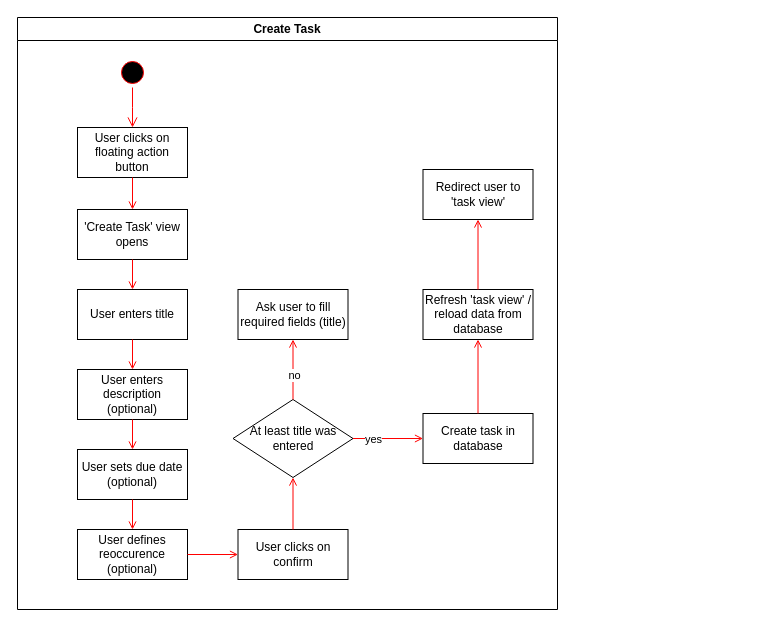
Before: diagrams/working/se_activity_diagram_create-task.drawio in TuDU-SE/documentation, a draw.io diagram. Source tidied: cells renumbered, new cells numbered last; positions are measured from the earlier drawing's top-left corner, leaving out a move shared by most shapes. Both pictures are drawn from the tidied source at 100%, with x=0, y=0 at pixel (17, 17).
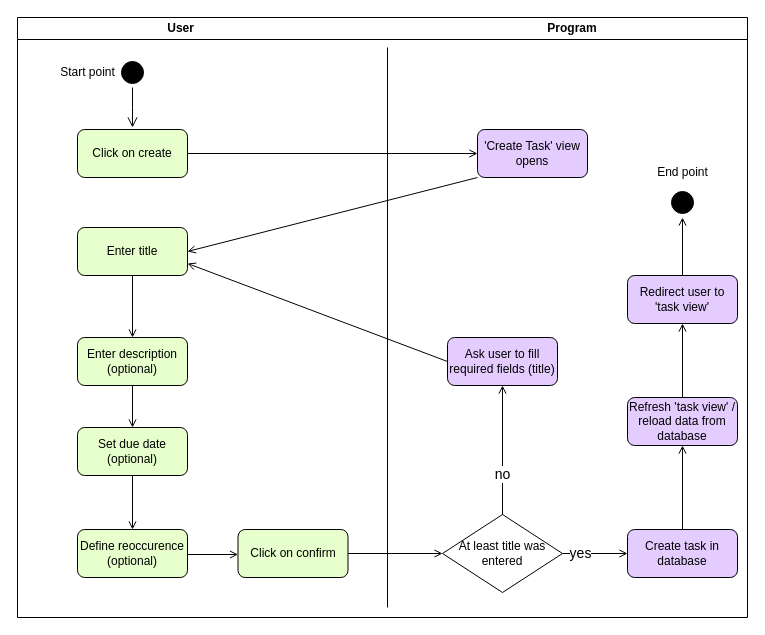
Above is the later version.

The edit, as a diff of the source:
```diff
@@
-    <mxCell id="2" value="Create Task" style="swimlane;whiteSpace=wrap;" parent="1" vertex="1">
-      <mxGeometry width="540" height="592" as="geometry" />
+    <mxCell id="2" value="User                                                                                                          Program" style="swimlane;whiteSpace=wrap;startSize=22;" parent="1" vertex="1">
+      <mxGeometry width="730" height="600" as="geometry" />
     </mxCell>
-    <mxCell id="3" style="ellipse;shape=startState;fillColor=#000000;strokeColor=#ff0000;" parent="2" vertex="1">
+    <mxCell id="3" style="ellipse;shape=startState;fillColor=#000000;strokeColor=#000000;" parent="2" vertex="1">
       <mxGeometry x="100" y="40" width="30" height="30" as="geometry" />
     </mxCell>
-    <mxCell id="4" style="edgeStyle=elbowEdgeStyle;elbow=horizontal;verticalAlign=bottom;endArrow=open;endSize=8;strokeColor=#FF0000;endFill=1;rounded=0;" parent="2" edge="1" source="3" target="5">
-      <mxGeometry x="100" y="40" as="geometry" />
+    <mxCell id="4" style="edgeStyle=elbowEdgeStyle;elbow=horizontal;verticalAlign=bottom;endArrow=open;endSize=8;strokeColor=#000000;endFill=1;rounded=0;" parent="2" edge="1" source="3">
+      <mxGeometry x="100" y="40" as="geometry">
+        <mxPoint x="115" y="110" as="targetPoint" />
+      </mxGeometry>
     </mxCell>
-    <mxCell id="5" value="User clicks on floating action button" style="whiteSpace=wrap;" parent="2" vertex="1">
-      <mxGeometry x="60" y="110" width="110" height="50" as="geometry" />
-    </mxCell>
-    <mxCell id="6" value="'Create Task' view opens" style="whiteSpace=wrap;" parent="2" vertex="1">
-      <mxGeometry x="60" y="192" width="110" height="50" as="geometry" />
-    </mxCell>
-    <mxCell id="7" style="endArrow=open;strokeColor=#FF0000;endFill=1;rounded=0;" parent="2" edge="1" source="5" target="6">
+    <mxCell id="7" style="endArrow=open;strokeColor=#000000;endFill=1;rounded=0;exitX=1;exitY=0.5;exitDx=0;exitDy=0;entryX=0;entryY=0.5;entryDx=0;entryDy=0;" parent="2" edge="1" source="30" target="6">
       <mxGeometry relative="1" as="geometry" />
     </mxCell>
-    <mxCell id="8" value="User enters title" style="whiteSpace=wrap;" parent="2" vertex="1">
-      <mxGeometry x="60" y="272" width="110" height="50" as="geometry" />
-    </mxCell>
-    <mxCell id="9" style="endArrow=open;strokeColor=#FF0000;endFill=1;rounded=0;" parent="2" edge="1" source="6" target="8">
-      <mxGeometry relative="1" as="geometry" />
-    </mxCell>
-    <mxCell id="10" value="User enters description (optional)" style="whiteSpace=wrap;" parent="2" vertex="1">
-      <mxGeometry x="60" y="352" width="110" height="50" as="geometry" />
-    </mxCell>
-    <mxCell id="11" value="User sets due date (optional)" style="whiteSpace=wrap;" parent="2" vertex="1">
-      <mxGeometry x="60" y="432" width="110" height="50" as="geometry" />
-    </mxCell>
-    <mxCell id="12" value="User defines reoccurence (optional)" style="whiteSpace=wrap;" parent="2" vertex="1">
-      <mxGeometry x="60" y="512" width="110" height="50" as="geometry" />
-    </mxCell>
-    <mxCell id="13" style="endArrow=open;strokeColor=#FF0000;endFill=1;rounded=0;exitX=0.5;exitY=1;exitDx=0;exitDy=0;entryX=0.5;entryY=0;entryDx=0;entryDy=0;" parent="2" edge="1" source="8" target="10">
+    <mxCell id="13" style="endArrow=open;strokeColor=#000000;endFill=1;rounded=0;exitX=0;exitY=1;exitDx=0;exitDy=0;entryX=1;entryY=0.5;entryDx=0;entryDy=0;fillColor=#000000;" parent="2" edge="1" source="6" target="31">
       <mxGeometry relative="1" as="geometry" />
     </mxCell>
-    <mxCell id="14" style="endArrow=open;strokeColor=#FF0000;endFill=1;rounded=0;exitX=0.5;exitY=1;exitDx=0;exitDy=0;entryX=0.5;entryY=0;entryDx=0;entryDy=0;" parent="2" edge="1" source="10" target="11">
-      <mxGeometry relative="1" as="geometry" />
+    <mxCell id="14" style="endArrow=open;strokeColor=#000000;endFill=1;rounded=0;exitX=0.5;exitY=1;exitDx=0;exitDy=0;entryX=0.5;entryY=0;entryDx=0;entryDy=0;startArrow=none;" parent="2" edge="1" source="37">
+      <mxGeometry relative="1" as="geometry">
+        <mxPoint x="115" y="432" as="targetPoint" />
+      </mxGeometry>
     </mxCell>
-    <mxCell id="15" style="endArrow=open;strokeColor=#FF0000;endFill=1;rounded=0;exitX=0.5;exitY=1;exitDx=0;exitDy=0;entryX=0.5;entryY=0;entryDx=0;entryDy=0;" parent="2" edge="1" source="11" target="12">
-      <mxGeometry relative="1" as="geometry" />
+    <mxCell id="15" style="endArrow=open;strokeColor=#000000;endFill=1;rounded=0;exitX=0.5;exitY=1;exitDx=0;exitDy=0;entryX=0.5;entryY=0;entryDx=0;entryDy=0;" parent="2" edge="1" source="37">
+      <mxGeometry relative="1" as="geometry">
+        <mxPoint x="115" y="512" as="targetPoint" />
+      </mxGeometry>
     </mxCell>
     <mxCell id="16" value="At least title was entered" style="rhombus;whiteSpace=wrap;html=1;" parent="2" vertex="1">
-      <mxGeometry x="215.5" y="382" width="120" height="78" as="geometry" />
+      <mxGeometry x="425" y="497" width="120" height="78" as="geometry" />
     </mxCell>
+    <mxCell id="20" style="endArrow=open;strokeColor=#000000;endFill=1;rounded=0;exitX=1;exitY=0.5;exitDx=0;exitDy=0;entryX=0;entryY=0.5;entryDx=0;entryDy=0;" parent="2" edge="1">
+      <mxGeometry relative="1" as="geometry">
+        <mxPoint x="170" y="537" as="sourcePoint" />
+        <mxPoint x="220.5" y="537" as="targetPoint" />
+      </mxGeometry>
+    </mxCell>
+    <mxCell id="28" style="endArrow=open;strokeColor=#000000;endFill=1;rounded=0;entryX=0.5;entryY=1;entryDx=0;entryDy=0;exitX=0.5;exitY=0;exitDx=0;exitDy=0;" parent="2" edge="1" source="21" target="26">
+      <mxGeometry relative="1" as="geometry" />
+    </mxCell>
+    <mxCell id="29" style="endArrow=open;strokeColor=#000000;endFill=1;rounded=0;entryX=0.5;entryY=1;entryDx=0;entryDy=0;exitX=0.5;exitY=0;exitDx=0;exitDy=0;" parent="2" edge="1" source="26" target="27">
+      <mxGeometry relative="1" as="geometry" />
+    </mxCell>
+    <mxCell id="30" value="&lt;div&gt;Click on create&lt;/div&gt;" style="rounded=1;whiteSpace=wrap;html=1;fillColor=#E6FFCC;" parent="2" vertex="1">
+      <mxGeometry x="60" y="112" width="110" height="48" as="geometry" />
+    </mxCell>
+    <mxCell id="6" value="'Create Task' view opens" style="rounded=1;whiteSpace=wrap;html=1;fillColor=#E5CCFF;" parent="2" vertex="1">
+      <mxGeometry x="460" y="112" width="110" height="48" as="geometry" />
+    </mxCell>
+    <mxCell id="31" value="Enter title" style="rounded=1;whiteSpace=wrap;html=1;fillColor=#E6FFCC;" parent="2" vertex="1">
+      <mxGeometry x="60" y="210" width="110" height="48" as="geometry" />
+    </mxCell>
+    <mxCell id="32" value="Enter description (optional)" style="rounded=1;whiteSpace=wrap;html=1;fillColor=#E6FFCC;" parent="2" vertex="1">
+      <mxGeometry x="60" y="320" width="110" height="48" as="geometry" />
+    </mxCell>
+    <mxCell id="33" value="&lt;div&gt;Define reoccurence (optional)&lt;/div&gt;" style="rounded=1;whiteSpace=wrap;html=1;fillColor=#E6FFCC;" parent="2" vertex="1">
+      <mxGeometry x="60" y="512" width="110" height="48" as="geometry" />
+    </mxCell>
+    <mxCell id="34" value="Click on confirm" style="rounded=1;whiteSpace=wrap;html=1;fillColor=#E6FFCC;" parent="2" vertex="1">
+      <mxGeometry x="220.5" y="512" width="110" height="48" as="geometry" />
+    </mxCell>
-    <mxCell id="17" value="Ask user to fill required fields (title)" style="whiteSpace=wrap;" parent="2" vertex="1">
-      <mxGeometry x="220.5" y="272" width="110" height="50" as="geometry" />
+    <mxCell id="17" value="Ask user to fill required fields (title)" style="rounded=1;whiteSpace=wrap;html=1;fillColor=#E5CCFF;" parent="2" vertex="1">
+      <mxGeometry x="430" y="320" width="110" height="48" as="geometry" />
     </mxCell>
+    <mxCell id="21" value="Create task in database" style="rounded=1;whiteSpace=wrap;html=1;fillColor=#E5CCFF;" parent="2" vertex="1">
+      <mxGeometry x="610" y="512" width="110" height="48" as="geometry" />
+    </mxCell>
+    <mxCell id="26" value="Refresh 'task view' / reload data from database" style="rounded=1;whiteSpace=wrap;html=1;fillColor=#E5CCFF;" parent="2" vertex="1">
+      <mxGeometry x="610" y="380" width="110" height="48" as="geometry" />
+    </mxCell>
+    <mxCell id="27" value="Redirect user to 'task view'" style="rounded=1;whiteSpace=wrap;html=1;fillColor=#E5CCFF;" parent="2" vertex="1">
+      <mxGeometry x="610" y="258" width="110" height="48" as="geometry" />
+    </mxCell>
+    <mxCell id="35" value="Start point" style="text;html=1;align=center;verticalAlign=middle;fillColor=none;strokeColor=none;rounded=0;" parent="2" vertex="1">
+      <mxGeometry x="30" y="40" width="80" height="30" as="geometry" />
+    </mxCell>
+    <mxCell id="36" style="endArrow=open;strokeColor=#000000;endFill=1;rounded=0;entryX=0.5;entryY=0;entryDx=0;entryDy=0;exitX=0.5;exitY=1;exitDx=0;exitDy=0;" parent="2" edge="1" source="31" target="32">
+      <mxGeometry relative="1" as="geometry" />
+    </mxCell>
+    <mxCell id="37" value="Set due date (optional)" style="rounded=1;whiteSpace=wrap;html=1;fillColor=#E6FFCC;" parent="2" vertex="1">
+      <mxGeometry x="60" y="410" width="110" height="48" as="geometry" />
+    </mxCell>
+    <mxCell id="38" style="endArrow=open;strokeColor=#000000;endFill=1;rounded=0;exitX=0.5;exitY=1;exitDx=0;exitDy=0;entryX=0.5;entryY=0;entryDx=0;entryDy=0;" parent="2" edge="1" source="32" target="37">
+      <mxGeometry relative="1" as="geometry" />
+    </mxCell>
+    <mxCell id="39" style="endArrow=open;strokeColor=#000000;endFill=1;rounded=0;entryX=0;entryY=0.5;entryDx=0;entryDy=0;exitX=1;exitY=0.5;exitDx=0;exitDy=0;" parent="2" edge="1" source="34" target="16">
+      <mxGeometry relative="1" as="geometry" />
+    </mxCell>
+    <mxCell id="40" style="endArrow=open;strokeColor=#000000;endFill=1;rounded=0;exitX=0;exitY=0.5;exitDx=0;exitDy=0;entryX=1;entryY=0.75;entryDx=0;entryDy=0;fillColor=#000000;" parent="2" edge="1" source="17" target="31">
+      <mxGeometry relative="1" as="geometry" />
+    </mxCell>
-    <mxCell id="18" style="endArrow=open;strokeColor=#FF0000;endFill=1;rounded=0;exitX=0.5;exitY=0;exitDx=0;exitDy=0;entryX=0.5;entryY=1;entryDx=0;entryDy=0;" parent="2" edge="1" source="16" target="17">
+    <mxCell id="18" style="endArrow=open;strokeColor=#000000;endFill=1;rounded=0;exitX=0.5;exitY=0;exitDx=0;exitDy=0;entryX=0.5;entryY=1;entryDx=0;entryDy=0;fillColor=#000000;" parent="2" edge="1" source="16" target="17">
       <mxGeometry relative="1" as="geometry" />
     </mxCell>
-    <mxCell id="19" value="no" style="edgeLabel;html=1;align=center;verticalAlign=middle;" parent="18" vertex="1">
-      <mxGeometry x="-0.19" y="-1" relative="1" as="geometry">
-        <mxPoint y="-1" as="offset" />
-      </mxGeometry>
+    <mxCell id="19" value="no" style="edgeLabel;html=1;align=center;verticalAlign=middle;fontSize=14;" parent="18" vertex="1">
+      <mxGeometry x="-0.36" y="1" relative="1" as="geometry" />
     </mxCell>
-    <mxCell id="20" style="endArrow=open;strokeColor=#FF0000;endFill=1;rounded=0;exitX=1;exitY=0.5;exitDx=0;exitDy=0;entryX=0;entryY=0.5;entryDx=0;entryDy=0;" parent="2" edge="1" source="12" target="22">
-      <mxGeometry relative="1" as="geometry" />
-    </mxCell>
-    <mxCell id="21" value="Create task in database" style="whiteSpace=wrap;" parent="2" vertex="1">
-      <mxGeometry x="405.5" y="396" width="110" height="50" as="geometry" />
-    </mxCell>
-    <mxCell id="22" value="User clicks on confirm" style="whiteSpace=wrap;" parent="2" vertex="1">
-      <mxGeometry x="220.5" y="512" width="110" height="50" as="geometry" />
-    </mxCell>
-    <mxCell id="23" style="endArrow=open;strokeColor=#FF0000;endFill=1;rounded=0;entryX=0.5;entryY=1;entryDx=0;entryDy=0;" parent="2" edge="1" target="16">
-      <mxGeometry relative="1" as="geometry">
-        <mxPoint x="275.5" y="512" as="sourcePoint" />
-      </mxGeometry>
-    </mxCell>
-    <mxCell id="24" style="endArrow=open;strokeColor=#FF0000;endFill=1;rounded=0;entryX=0;entryY=0.5;entryDx=0;entryDy=0;exitX=1;exitY=0.5;exitDx=0;exitDy=0;" parent="2" edge="1" source="16" target="21">
+    <mxCell id="24" style="endArrow=open;strokeColor=#000000;endFill=1;rounded=0;exitX=1;exitY=0.5;exitDx=0;exitDy=0;entryX=0;entryY=0.5;entryDx=0;entryDy=0;fillColor=#000000;" parent="2" edge="1" source="16" target="21">
       <mxGeometry relative="1" as="geometry" />
     </mxCell>
-    <mxCell id="25" value="yes" style="edgeLabel;html=1;align=center;verticalAlign=middle;" parent="24" vertex="1">
-      <mxGeometry x="-0.42" relative="1" as="geometry" />
+    <mxCell id="25" value="yes" style="edgeLabel;html=1;align=center;verticalAlign=middle;fontSize=14;" parent="24" vertex="1">
+      <mxGeometry x="-0.45" y="1" relative="1" as="geometry">
+        <mxPoint x="-1" as="offset" />
+      </mxGeometry>
     </mxCell>
-    <mxCell id="26" value="Refresh 'task view' / reload data from database" style="whiteSpace=wrap;" parent="2" vertex="1">
-      <mxGeometry x="405.5" y="272" width="110" height="50" as="geometry" />
-    </mxCell>
-    <mxCell id="27" value="Redirect user to 'task view'" style="whiteSpace=wrap;" parent="2" vertex="1">
-      <mxGeometry x="405.5" y="152" width="110" height="50" as="geometry" />
-    </mxCell>
-    <mxCell id="28" style="endArrow=open;strokeColor=#FF0000;endFill=1;rounded=0;entryX=0.5;entryY=1;entryDx=0;entryDy=0;exitX=0.5;exitY=0;exitDx=0;exitDy=0;" parent="2" edge="1" source="21" target="26">
-      <mxGeometry relative="1" as="geometry" />
-    </mxCell>
-    <mxCell id="29" style="endArrow=open;strokeColor=#FF0000;endFill=1;rounded=0;entryX=0.5;entryY=1;entryDx=0;entryDy=0;exitX=0.5;exitY=0;exitDx=0;exitDy=0;" parent="2" edge="1" source="26" target="27">
-      <mxGeometry relative="1" as="geometry" />
-    </mxCell>
+    <mxCell id="41" style="ellipse;shape=startState;fillColor=#000000;strokeColor=#000000;" parent="2" vertex="1">
+      <mxGeometry x="650" y="170" width="30" height="30" as="geometry" />
+    </mxCell>
+    <mxCell id="42" value="End point" style="text;html=1;align=center;verticalAlign=middle;fillColor=none;strokeColor=none;rounded=0;" parent="2" vertex="1">
+      <mxGeometry x="630" y="140" width="70" height="30" as="geometry" />
+    </mxCell>
+    <mxCell id="43" style="endArrow=open;strokeColor=#000000;endFill=1;rounded=0;exitX=0.5;exitY=0;exitDx=0;exitDy=0;entryX=0.5;entryY=1;entryDx=0;entryDy=0;fillColor=#000000;" parent="2" edge="1" source="27" target="41">
+      <mxGeometry relative="1" as="geometry" />
+    </mxCell>
+    <mxCell id="44" style="endArrow=none;html=1;rounded=0;strokeColor=#000000;fontSize=14;fillColor=#000000;" parent="1" edge="1">
+      <mxGeometry relative="1" as="geometry">
+        <mxPoint x="370" y="590" as="sourcePoint" />
+        <mxPoint x="370" y="30" as="targetPoint" />
+      </mxGeometry>
+    </mxCell>
```
